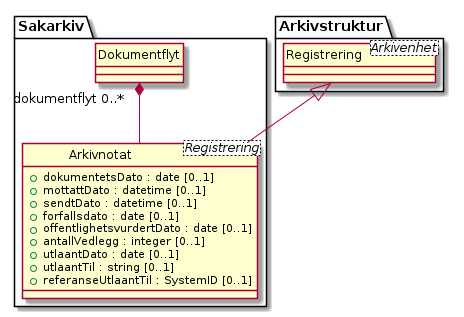
This is kapitler/media/uml-class-arkivnotat.png from arkivverket/noark5-tjenestegrensesnitt-standard, a PlantUML export, as it was before one commit.
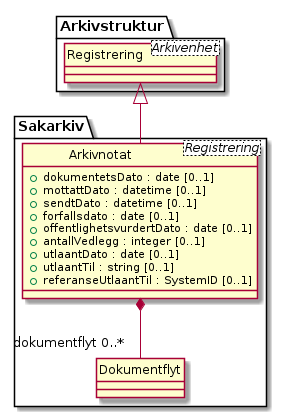
The same diagram one commit later.

Diff of the diagram source:
```diff
@@ -14,7 +14,7 @@
 }
 class Sakarkiv.Dokumentflyt {
 }
-Sakarkiv.Dokumentflyt "dokumentflyt 0..*" *-- Sakarkiv.Arkivnotat
+Sakarkiv.Arkivnotat *-- "dokumentflyt 0..*" Sakarkiv.Dokumentflyt
 class Arkivstruktur.Registrering <Arkivenhet> {
 }
 Arkivstruktur.Registrering <|-- Sakarkiv.Arkivnotat
```
